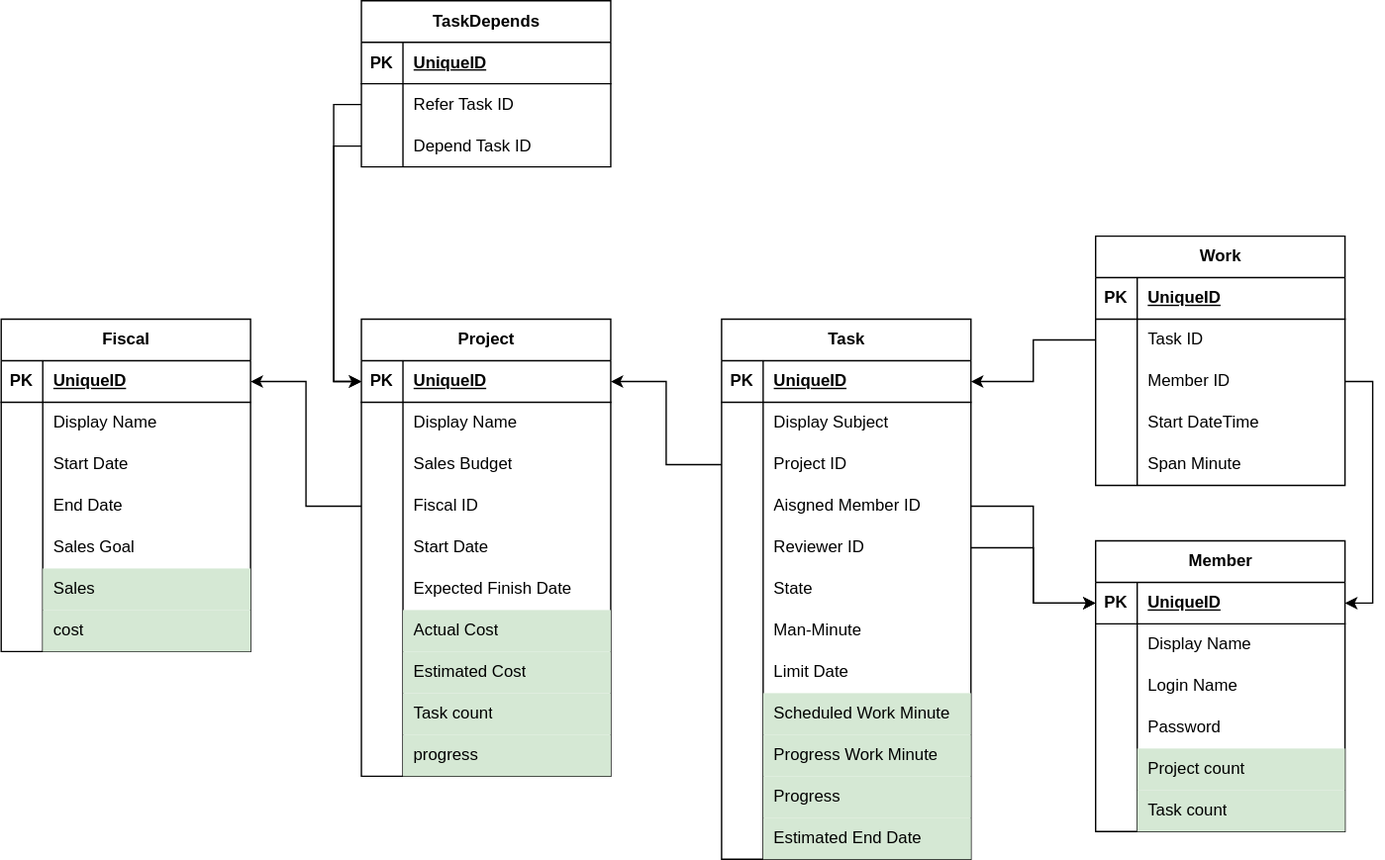
Above: document/figure/er.svg in lotcarnage/cinaps (draw.io), before the change. Source tidied: cells renumbered, new cells last; positions are measured from the earlier drawing's top-left corner, leaving out a move shared by most shapes.
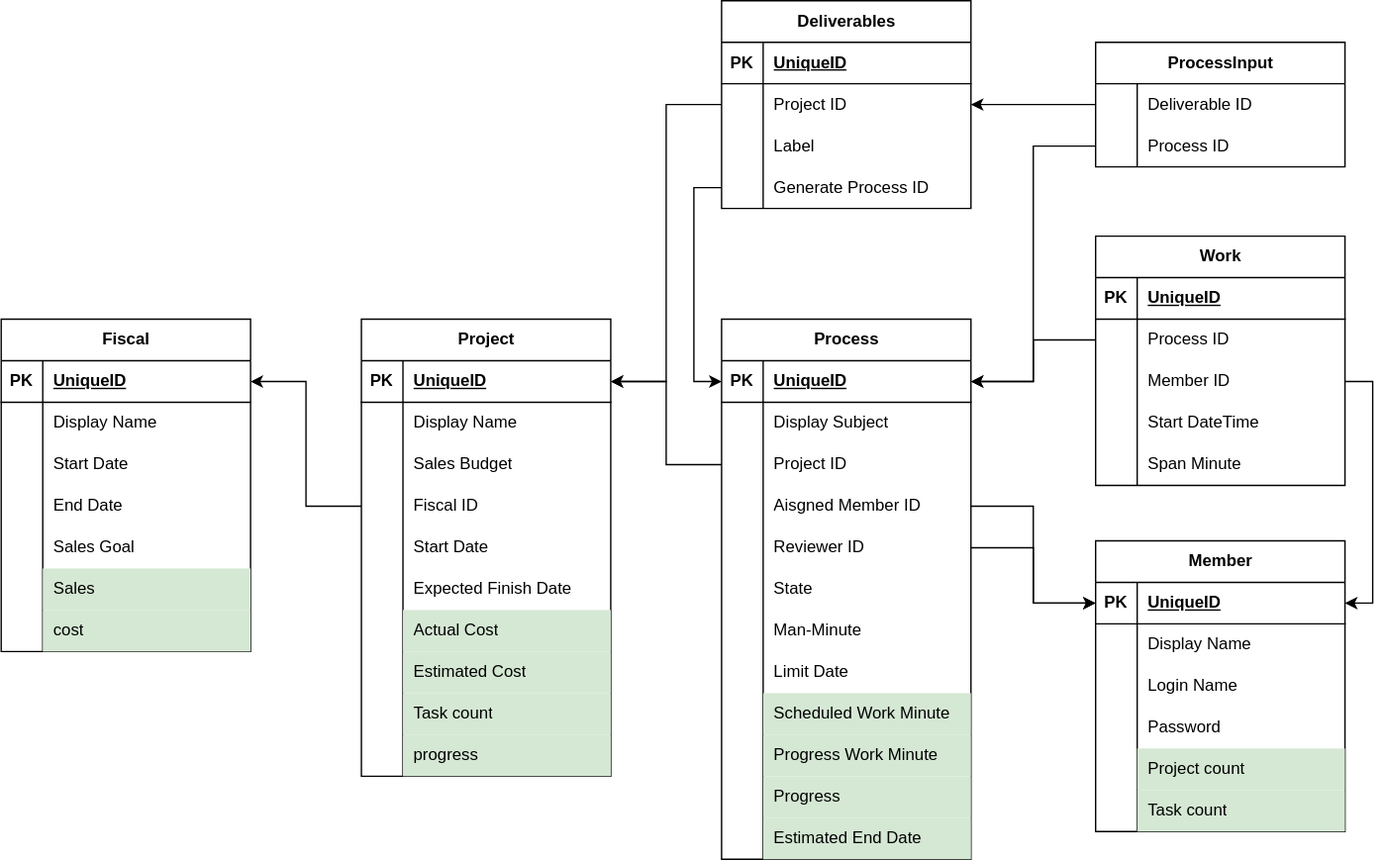
Later version of the same file.

Diff of the diagram source:
```diff
@@ -218,7 +218,7 @@
     <mxCell id="73" value="Task count" style="shape=partialRectangle;fillColor=#d5e8d4;top=0;left=0;bottom=0;right=0;align=left;spacingLeft=6;overflow=hidden;whiteSpace=wrap;html=1;strokeColor=#82b366;" parent="71" vertex="1">
       <mxGeometry x="30" width="150" height="30" as="geometry" />
     </mxCell>
-    <mxCell id="74" value="Task" style="shape=table;startSize=30;rowLines=0;fontStyle=1;align=center;html=1;" parent="1" vertex="1">
+    <mxCell id="74" value="Process" style="shape=table;startSize=30;rowLines=0;fontStyle=1;align=center;html=1;" parent="1" vertex="1">
       <mxGeometry x="520" y="230" width="180" height="390" as="geometry" />
     </mxCell>
     <mxCell id="75" style="shape=tableRow;horizontal=0;startSize=0;swimlaneHead=0;swimlaneBody=0;fillColor=none;points=[[0,0.5],[1,0.5]];portConstraint=eastwest;top=0;left=0;right=0;bottom=1;" parent="74" vertex="1">
@@ -359,7 +359,7 @@
     <mxCell id="120" style="shape=partialRectangle;fillColor=none;top=0;left=0;bottom=0;right=0;overflow=hidden;whiteSpace=wrap;html=1;" parent="119" vertex="1">
       <mxGeometry width="30" height="30" as="geometry" />
     </mxCell>
-    <mxCell id="121" value="Task ID" style="shape=partialRectangle;fillColor=none;top=0;left=0;bottom=0;right=0;align=left;spacingLeft=6;overflow=hidden;whiteSpace=wrap;html=1;" parent="119" vertex="1">
+    <mxCell id="121" value="Process ID" style="shape=partialRectangle;fillColor=none;top=0;left=0;bottom=0;right=0;align=left;spacingLeft=6;overflow=hidden;whiteSpace=wrap;html=1;" parent="119" vertex="1">
       <mxGeometry x="30" width="150" height="30" as="geometry" />
     </mxCell>
     <mxCell id="122" style="shape=tableRow;horizontal=0;startSize=0;swimlaneHead=0;swimlaneBody=0;fillColor=none;points=[[0,0.5],[1,0.5]];portConstraint=eastwest;top=0;left=0;right=0;bottom=0;" parent="115" vertex="1">
@@ -392,44 +392,80 @@
     <mxCell id="131" style="edgeStyle=orthogonalEdgeStyle;rounded=0;jettySize=auto;html=1;exitX=0;exitY=0.5;exitDx=0;exitDy=0;entryX=1;entryY=0.5;entryDx=0;entryDy=0;" parent="1" edge="1" source="119" target="75">
       <mxGeometry relative="1" as="geometry" />
     </mxCell>
-    <mxCell id="132" value="TaskDepends" style="shape=table;startSize=30;rowLines=0;fontStyle=1;align=center;html=1;" parent="1" vertex="1">
-      <mxGeometry x="260" width="180" height="120" as="geometry" />
+    <mxCell id="132" value="Process&lt;span style=&quot;text-align: left; background-color: initial;&quot;&gt;Input&lt;/span&gt;" style="shape=table;startSize=30;rowLines=0;fontStyle=1;align=center;html=1;" parent="1" vertex="1">
+      <mxGeometry x="790" y="30" width="180" height="90" as="geometry" />
     </mxCell>
-    <mxCell id="133" style="shape=tableRow;horizontal=0;startSize=0;swimlaneHead=0;swimlaneBody=0;fillColor=none;top=0;left=0;right=0;bottom=1;" parent="132" vertex="1">
-      <mxGeometry y="30" width="180" height="30" as="geometry" />
-    </mxCell>
-    <mxCell id="134" value="PK" style="shape=partialRectangle;fillColor=none;top=0;left=0;bottom=0;right=0;fontStyle=1;overflow=hidden;whiteSpace=wrap;html=1;" parent="133" vertex="1">
-      <mxGeometry width="30" height="30" as="geometry" />
-    </mxCell>
-    <mxCell id="135" value="UniqueID" style="shape=partialRectangle;fillColor=none;top=0;left=0;bottom=0;right=0;align=left;spacingLeft=6;fontStyle=5;overflow=hidden;whiteSpace=wrap;html=1;" parent="133" vertex="1">
-      <mxGeometry x="30" width="150" height="30" as="geometry" />
-    </mxCell>
     <mxCell id="136" style="shape=tableRow;horizontal=0;startSize=0;swimlaneHead=0;swimlaneBody=0;fillColor=none;points=[[0,0.5],[1,0.5]];portConstraint=eastwest;top=0;left=0;right=0;bottom=0;" parent="132" vertex="1">
-      <mxGeometry y="60" width="180" height="30" as="geometry" />
+      <mxGeometry y="30" width="180" height="30" as="geometry" />
     </mxCell>
     <mxCell id="137" style="shape=partialRectangle;fillColor=none;top=0;left=0;bottom=0;right=0;overflow=hidden;whiteSpace=wrap;html=1;" parent="136" vertex="1">
       <mxGeometry width="30" height="30" as="geometry" />
     </mxCell>
-    <mxCell id="138" value="Refer Task ID" style="shape=partialRectangle;fillColor=none;top=0;left=0;bottom=0;right=0;align=left;spacingLeft=6;overflow=hidden;whiteSpace=wrap;html=1;" parent="136" vertex="1">
+    <mxCell id="138" value="Deliverable ID" style="shape=partialRectangle;fillColor=none;top=0;left=0;bottom=0;right=0;align=left;spacingLeft=6;overflow=hidden;whiteSpace=wrap;html=1;" parent="136" vertex="1">
       <mxGeometry x="30" width="150" height="30" as="geometry" />
     </mxCell>
     <mxCell id="139" style="shape=tableRow;horizontal=0;startSize=0;swimlaneHead=0;swimlaneBody=0;fillColor=none;points=[[0,0.5],[1,0.5]];portConstraint=eastwest;top=0;left=0;right=0;bottom=0;" parent="132" vertex="1">
-      <mxGeometry y="90" width="180" height="30" as="geometry" />
+      <mxGeometry y="60" width="180" height="30" as="geometry" />
     </mxCell>
     <mxCell id="140" style="shape=partialRectangle;fillColor=none;top=0;left=0;bottom=0;right=0;overflow=hidden;whiteSpace=wrap;html=1;" parent="139" vertex="1">
       <mxGeometry width="30" height="30" as="geometry" />
     </mxCell>
-    <mxCell id="141" value="Depend Task ID" style="shape=partialRectangle;fillColor=none;top=0;left=0;bottom=0;right=0;align=left;spacingLeft=6;overflow=hidden;whiteSpace=wrap;html=1;" parent="139" vertex="1">
+    <mxCell id="141" value="Process ID" style="shape=partialRectangle;fillColor=none;top=0;left=0;bottom=0;right=0;align=left;spacingLeft=6;overflow=hidden;whiteSpace=wrap;html=1;" parent="139" vertex="1">
       <mxGeometry x="30" width="150" height="30" as="geometry" />
     </mxCell>
-    <mxCell id="142" style="edgeStyle=orthogonalEdgeStyle;rounded=0;jettySize=auto;html=1;exitX=0;exitY=0.5;exitDx=0;exitDy=0;entryX=0;entryY=0.5;entryDx=0;entryDy=0;" parent="1" edge="1" source="136" target="3">
-      <mxGeometry relative="1" as="geometry" />
-    </mxCell>
-    <mxCell id="143" style="edgeStyle=orthogonalEdgeStyle;rounded=0;jettySize=auto;html=1;exitX=0;exitY=0.5;exitDx=0;exitDy=0;entryX=0;entryY=0.5;entryDx=0;entryDy=0;" parent="1" edge="1" source="139" target="3">
-      <mxGeometry relative="1" as="geometry" />
-    </mxCell>
     <mxCell id="144" style="edgeStyle=orthogonalEdgeStyle;rounded=0;jettySize=auto;html=1;exitX=1;exitY=0.5;exitDx=0;exitDy=0;entryX=1;entryY=0.5;entryDx=0;entryDy=0;" parent="1" edge="1" source="122" target="56">
       <mxGeometry relative="1" as="geometry" />
     </mxCell>
+    <mxCell id="145" value="Deliverables" style="shape=table;startSize=30;rowLines=0;fontStyle=1;align=center;html=1;" parent="1" vertex="1">
+      <mxGeometry x="520" width="180" height="150" as="geometry" />
+    </mxCell>
+    <mxCell id="133" style="shape=tableRow;horizontal=0;startSize=0;swimlaneHead=0;swimlaneBody=0;fillColor=none;top=0;left=0;right=0;bottom=1;" parent="145" vertex="1">
+      <mxGeometry y="30" width="180" height="30" as="geometry" />
+    </mxCell>
+    <mxCell id="134" value="PK" style="shape=partialRectangle;fillColor=none;top=0;left=0;bottom=0;right=0;fontStyle=1;overflow=hidden;whiteSpace=wrap;html=1;" parent="133" vertex="1">
+      <mxGeometry width="30" height="30" as="geometry" />
+    </mxCell>
+    <mxCell id="135" value="UniqueID" style="shape=partialRectangle;fillColor=none;top=0;left=0;bottom=0;right=0;align=left;spacingLeft=6;fontStyle=5;overflow=hidden;whiteSpace=wrap;html=1;" parent="133" vertex="1">
+      <mxGeometry x="30" width="150" height="30" as="geometry" />
+    </mxCell>
+    <mxCell id="146" style="shape=tableRow;horizontal=0;startSize=0;swimlaneHead=0;swimlaneBody=0;fillColor=none;points=[[0,0.5],[1,0.5]];portConstraint=eastwest;top=0;left=0;right=0;bottom=0;" parent="145" vertex="1">
+      <mxGeometry y="60" width="180" height="30" as="geometry" />
+    </mxCell>
+    <mxCell id="147" style="shape=partialRectangle;fillColor=none;top=0;left=0;bottom=0;right=0;overflow=hidden;whiteSpace=wrap;html=1;" parent="146" vertex="1">
+      <mxGeometry width="30" height="30" as="geometry" />
+    </mxCell>
+    <mxCell id="148" value="Project ID" style="shape=partialRectangle;fillColor=none;top=0;left=0;bottom=0;right=0;align=left;spacingLeft=6;overflow=hidden;whiteSpace=wrap;html=1;" parent="146" vertex="1">
+      <mxGeometry x="30" width="150" height="30" as="geometry" />
+    </mxCell>
+    <mxCell id="149" style="shape=tableRow;horizontal=0;startSize=0;swimlaneHead=0;swimlaneBody=0;fillColor=none;top=0;left=0;right=0;bottom=0;" parent="145" vertex="1">
+      <mxGeometry y="90" width="180" height="30" as="geometry" />
+    </mxCell>
+    <mxCell id="150" style="shape=partialRectangle;fillColor=none;top=0;left=0;bottom=0;right=0;overflow=hidden;whiteSpace=wrap;html=1;" parent="149" vertex="1">
+      <mxGeometry width="30" height="30" as="geometry" />
+    </mxCell>
+    <mxCell id="151" value="Label" style="shape=partialRectangle;fillColor=none;top=0;left=0;bottom=0;right=0;align=left;spacingLeft=6;overflow=hidden;whiteSpace=wrap;html=1;" parent="149" vertex="1">
+      <mxGeometry x="30" width="150" height="30" as="geometry" />
+    </mxCell>
+    <mxCell id="152" style="shape=tableRow;horizontal=0;startSize=0;swimlaneHead=0;swimlaneBody=0;fillColor=none;points=[[0,0.5],[1,0.5]];portConstraint=eastwest;top=0;left=0;right=0;bottom=0;" parent="145" vertex="1">
+      <mxGeometry y="120" width="180" height="30" as="geometry" />
+    </mxCell>
+    <mxCell id="153" style="shape=partialRectangle;fillColor=none;top=0;left=0;bottom=0;right=0;overflow=hidden;whiteSpace=wrap;html=1;" parent="152" vertex="1">
+      <mxGeometry width="30" height="30" as="geometry" />
+    </mxCell>
+    <mxCell id="154" value="Generate Process ID" style="shape=partialRectangle;fillColor=none;top=0;left=0;bottom=0;right=0;align=left;spacingLeft=6;overflow=hidden;whiteSpace=wrap;html=1;" parent="152" vertex="1">
+      <mxGeometry x="30" width="150" height="30" as="geometry" />
+    </mxCell>
+    <mxCell id="155" style="edgeStyle=orthogonalEdgeStyle;rounded=0;jettySize=auto;html=1;exitX=0;exitY=0.5;exitDx=0;exitDy=0;entryX=1;entryY=0.5;entryDx=0;entryDy=0;" parent="1" edge="1" source="146" target="3">
+      <mxGeometry relative="1" as="geometry" />
+    </mxCell>
+    <mxCell id="156" style="edgeStyle=orthogonalEdgeStyle;rounded=0;jettySize=auto;html=1;exitX=0;exitY=0.5;exitDx=0;exitDy=0;entryX=0;entryY=0.5;entryDx=0;entryDy=0;" parent="1" edge="1" source="152" target="75">
+      <mxGeometry relative="1" as="geometry" />
+    </mxCell>
+    <mxCell id="157" style="edgeStyle=orthogonalEdgeStyle;rounded=0;jettySize=auto;html=1;exitX=0;exitY=0.5;exitDx=0;exitDy=0;entryX=1;entryY=0.5;entryDx=0;entryDy=0;" parent="1" edge="1" source="139" target="75">
+      <mxGeometry relative="1" as="geometry" />
+    </mxCell>
+    <mxCell id="158" style="edgeStyle=orthogonalEdgeStyle;rounded=0;jettySize=auto;html=1;exitX=0;exitY=0.5;exitDx=0;exitDy=0;entryX=1;entryY=0.5;entryDx=0;entryDy=0;" parent="1" edge="1" source="136" target="146">
+      <mxGeometry relative="1" as="geometry" />
+    </mxCell>
   </root>
 </mxGraphModel>
```
